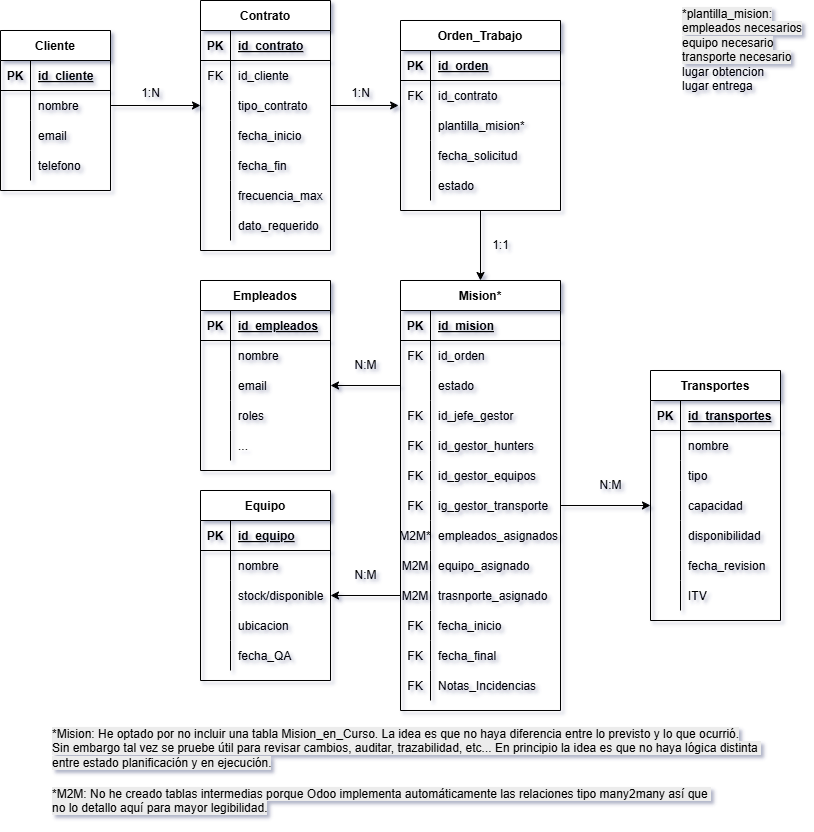
Before: docs/assets/images/er/PFM F4 ER Modulo Malkion Data.png, a diagram exported from draw.io (DavidAlbiGarcia/datamalkion_mod1). Source tidied: cells renumbered, new cells last; positions are measured from the earlier drawing's top-left corner, leaving out a move shared by most shapes.
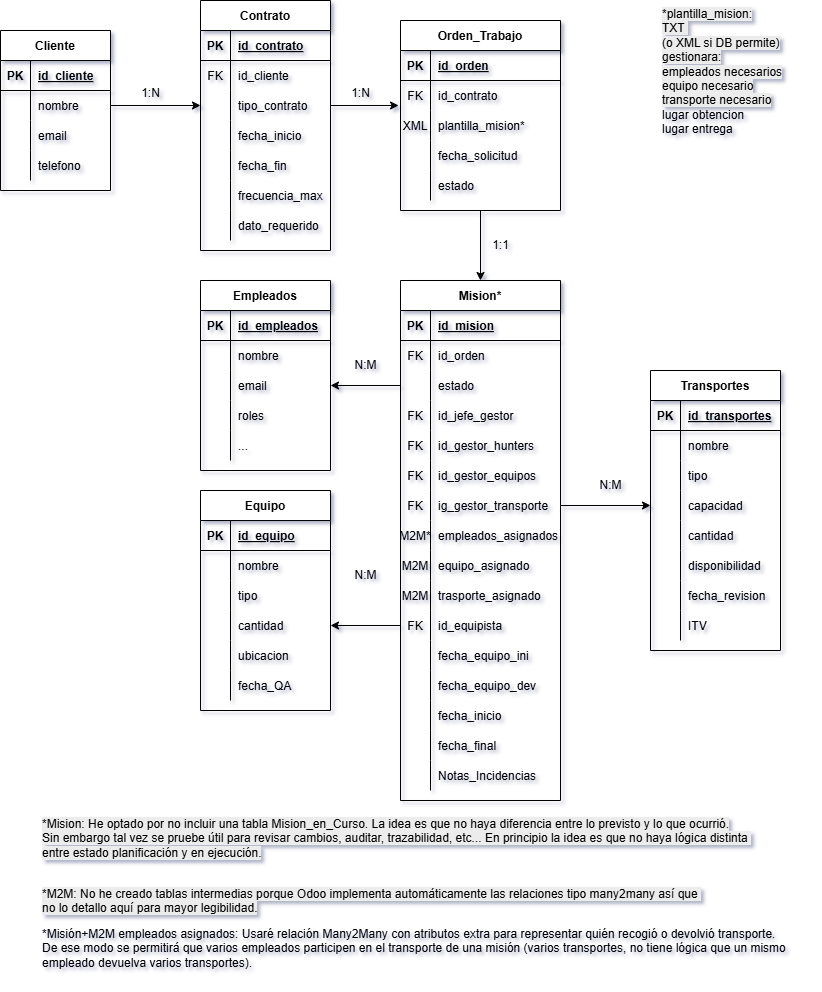
After the commit.

Commit message:
Actualizado index.md e images del modulo

The edit, as a diff of the source:
```diff
@@ -142,3 +142,3 @@
     </mxCell>
-    <mxCell id="48" style="shape=partialRectangle;overflow=hidden;fillColor=none;top=0;left=0;bottom=0;right=0;" parent="47" vertex="1">
+    <mxCell id="48" value="XML" style="shape=partialRectangle;overflow=hidden;fillColor=none;top=0;left=0;bottom=0;right=0;" parent="47" vertex="1">
       <mxGeometry width="30" height="30" as="geometry" />
@@ -170,3 +170,3 @@
     <mxCell id="57" value="Mision*" style="shape=table;startSize=30;rowLines=0;fontStyle=1;align=center;" parent="1" vertex="1">
-      <mxGeometry x="400" y="280" width="160" height="430" as="geometry" />
+      <mxGeometry x="400" y="280" width="160" height="520" as="geometry" />
     </mxCell>
@@ -259,9 +259,36 @@
     </mxCell>
-    <mxCell id="87" value="trasnporte_asignado" style="shape=partialRectangle;overflow=hidden;fillColor=none;top=0;left=0;bottom=0;right=0;align=left;spacingLeft=6;" parent="85" vertex="1">
+    <mxCell id="87" value="trasporte_asignado" style="shape=partialRectangle;overflow=hidden;fillColor=none;top=0;left=0;bottom=0;right=0;align=left;spacingLeft=6;" parent="85" vertex="1">
       <mxGeometry x="30" width="130" height="30" as="geometry" />
     </mxCell>
+    <mxCell id="169" style="shape=partialRectangle;fillColor=none;points=[[0,0.5],[1,0.5]];portConstraint=eastwest;top=0;left=0;right=0;bottom=0;" parent="57" vertex="1">
+      <mxGeometry y="330" width="160" height="30" as="geometry" />
+    </mxCell>
+    <mxCell id="170" value="FK" style="shape=partialRectangle;overflow=hidden;fillColor=none;top=0;left=0;bottom=0;right=0;" parent="169" vertex="1">
+      <mxGeometry width="30" height="30" as="geometry" />
+    </mxCell>
+    <mxCell id="171" value="id_equipista" style="shape=partialRectangle;overflow=hidden;fillColor=none;top=0;left=0;bottom=0;right=0;align=left;spacingLeft=6;" parent="169" vertex="1">
+      <mxGeometry x="30" width="130" height="30" as="geometry" />
+    </mxCell>
+    <mxCell id="172" style="shape=partialRectangle;fillColor=none;top=0;left=0;right=0;bottom=0;" parent="57" vertex="1">
+      <mxGeometry y="360" width="160" height="30" as="geometry" />
+    </mxCell>
+    <mxCell id="173" style="shape=partialRectangle;overflow=hidden;fillColor=none;top=0;left=0;bottom=0;right=0;" parent="172" vertex="1">
+      <mxGeometry width="30" height="30" as="geometry" />
+    </mxCell>
+    <mxCell id="174" value="fecha_equipo_ini" style="shape=partialRectangle;overflow=hidden;fillColor=none;top=0;left=0;bottom=0;right=0;align=left;spacingLeft=6;" parent="172" vertex="1">
+      <mxGeometry x="30" width="130" height="30" as="geometry" />
+    </mxCell>
+    <mxCell id="175" style="shape=partialRectangle;fillColor=none;top=0;left=0;right=0;bottom=0;" parent="57" vertex="1">
+      <mxGeometry y="390" width="160" height="30" as="geometry" />
+    </mxCell>
+    <mxCell id="176" style="shape=partialRectangle;overflow=hidden;fillColor=none;top=0;left=0;bottom=0;right=0;" parent="175" vertex="1">
+      <mxGeometry width="30" height="30" as="geometry" />
+    </mxCell>
+    <mxCell id="177" value="fecha_equipo_dev" style="shape=partialRectangle;overflow=hidden;fillColor=none;top=0;left=0;bottom=0;right=0;align=left;spacingLeft=6;" parent="175" vertex="1">
+      <mxGeometry x="30" width="130" height="30" as="geometry" />
+    </mxCell>
     <mxCell id="88" style="shape=partialRectangle;fillColor=none;top=0;left=0;right=0;bottom=0;" parent="57" vertex="1">
-      <mxGeometry y="330" width="160" height="30" as="geometry" />
+      <mxGeometry y="420" width="160" height="30" as="geometry" />
     </mxCell>
-    <mxCell id="89" value="FK" style="shape=partialRectangle;overflow=hidden;fillColor=none;top=0;left=0;bottom=0;right=0;" parent="88" vertex="1">
+    <mxCell id="89" style="shape=partialRectangle;overflow=hidden;fillColor=none;top=0;left=0;bottom=0;right=0;" parent="88" vertex="1">
       <mxGeometry width="30" height="30" as="geometry" />
@@ -272,5 +299,5 @@
     <mxCell id="91" style="shape=partialRectangle;fillColor=none;top=0;left=0;right=0;bottom=0;" parent="57" vertex="1">
-      <mxGeometry y="360" width="160" height="30" as="geometry" />
+      <mxGeometry y="450" width="160" height="30" as="geometry" />
     </mxCell>
-    <mxCell id="92" value="FK" style="shape=partialRectangle;overflow=hidden;fillColor=none;top=0;left=0;bottom=0;right=0;" parent="91" vertex="1">
+    <mxCell id="92" style="shape=partialRectangle;overflow=hidden;fillColor=none;top=0;left=0;bottom=0;right=0;" parent="91" vertex="1">
       <mxGeometry width="30" height="30" as="geometry" />
@@ -281,5 +308,5 @@
     <mxCell id="94" style="shape=partialRectangle;fillColor=none;top=0;left=0;right=0;bottom=0;" parent="57" vertex="1">
-      <mxGeometry y="390" width="160" height="30" as="geometry" />
+      <mxGeometry y="480" width="160" height="30" as="geometry" />
     </mxCell>
-    <mxCell id="95" value="FK" style="shape=partialRectangle;overflow=hidden;fillColor=none;top=0;left=0;bottom=0;right=0;" parent="94" vertex="1">
+    <mxCell id="95" style="shape=partialRectangle;overflow=hidden;fillColor=none;top=0;left=0;bottom=0;right=0;" parent="94" vertex="1">
       <mxGeometry width="30" height="30" as="geometry" />
@@ -344,3 +371,3 @@
     <mxCell id="115" value="Transportes" style="shape=table;startSize=30;rowLines=0;fontStyle=1;align=center;" parent="1" vertex="1">
-      <mxGeometry x="650" y="370" width="130" height="250" as="geometry" />
+      <mxGeometry x="650" y="370" width="130" height="280" as="geometry" />
     </mxCell>
@@ -382,4 +409,13 @@
     </mxCell>
+    <mxCell id="178" style="shape=partialRectangle;fillColor=none;top=0;left=0;right=0;bottom=0;" parent="115" vertex="1">
+      <mxGeometry y="150" width="130" height="30" as="geometry" />
+    </mxCell>
+    <mxCell id="179" style="shape=partialRectangle;overflow=hidden;fillColor=none;top=0;left=0;bottom=0;right=0;" parent="178" vertex="1">
+      <mxGeometry width="30" height="30" as="geometry" />
+    </mxCell>
+    <mxCell id="180" value="cantidad" style="shape=partialRectangle;overflow=hidden;fillColor=none;top=0;left=0;bottom=0;right=0;align=left;spacingLeft=6;" parent="178" vertex="1">
+      <mxGeometry x="30" width="100" height="30" as="geometry" />
+    </mxCell>
     <mxCell id="128" style="shape=partialRectangle;fillColor=none;top=0;left=0;right=0;bottom=0;" parent="115" vertex="1">
-      <mxGeometry y="150" width="130" height="30" as="geometry" />
+      <mxGeometry y="180" width="130" height="30" as="geometry" />
     </mxCell>
@@ -392,3 +428,3 @@
     <mxCell id="131" style="shape=partialRectangle;fillColor=none;top=0;left=0;right=0;bottom=0;" parent="115" vertex="1">
-      <mxGeometry y="180" width="130" height="30" as="geometry" />
+      <mxGeometry y="210" width="130" height="30" as="geometry" />
     </mxCell>
@@ -401,3 +437,3 @@
     <mxCell id="134" style="shape=partialRectangle;fillColor=none;top=0;left=0;right=0;bottom=0;" parent="115" vertex="1">
-      <mxGeometry y="210" width="130" height="30" as="geometry" />
+      <mxGeometry y="240" width="130" height="30" as="geometry" />
     </mxCell>
@@ -413,3 +449,3 @@
     <mxCell id="138" value="Equipo" style="shape=table;startSize=30;rowLines=0;fontStyle=1;align=center;" parent="1" vertex="1">
-      <mxGeometry x="200" y="490" width="130" height="190" as="geometry" />
+      <mxGeometry x="200" y="490" width="130" height="220" as="geometry" />
     </mxCell>
@@ -439,7 +475,16 @@
     </mxCell>
-    <mxCell id="147" value="stock/disponible" style="shape=partialRectangle;overflow=hidden;fillColor=none;top=0;left=0;bottom=0;right=0;align=left;spacingLeft=6;" parent="145" vertex="1">
+    <mxCell id="147" value="tipo" style="shape=partialRectangle;overflow=hidden;fillColor=none;top=0;left=0;bottom=0;right=0;align=left;spacingLeft=6;" parent="145" vertex="1">
       <mxGeometry x="30" width="100" height="30" as="geometry" />
     </mxCell>
+    <mxCell id="181" style="shape=partialRectangle;fillColor=none;points=[[0,0.5],[1,0.5]];portConstraint=eastwest;top=0;left=0;right=0;bottom=0;" parent="138" vertex="1">
+      <mxGeometry y="120" width="130" height="30" as="geometry" />
+    </mxCell>
+    <mxCell id="182" style="shape=partialRectangle;overflow=hidden;fillColor=none;top=0;left=0;bottom=0;right=0;" parent="181" vertex="1">
+      <mxGeometry width="30" height="30" as="geometry" />
+    </mxCell>
+    <mxCell id="183" value="cantidad" style="shape=partialRectangle;overflow=hidden;fillColor=none;top=0;left=0;bottom=0;right=0;align=left;spacingLeft=6;" parent="181" vertex="1">
+      <mxGeometry x="30" width="100" height="30" as="geometry" />
+    </mxCell>
     <mxCell id="148" style="shape=partialRectangle;fillColor=none;top=0;left=0;right=0;bottom=0;" parent="138" vertex="1">
-      <mxGeometry y="120" width="130" height="30" as="geometry" />
+      <mxGeometry y="150" width="130" height="30" as="geometry" />
     </mxCell>
@@ -452,3 +497,3 @@
     <mxCell id="151" style="shape=partialRectangle;fillColor=none;top=0;left=0;right=0;bottom=0;" parent="138" vertex="1">
-      <mxGeometry y="150" width="130" height="30" as="geometry" />
+      <mxGeometry y="180" width="130" height="30" as="geometry" />
     </mxCell>
@@ -463,10 +508,10 @@
     </mxCell>
-    <mxCell id="155" value="&lt;span style=&quot;color: rgb(0, 0, 0); font-family: Helvetica; font-size: 12px; font-style: normal; font-variant-ligatures: normal; font-variant-caps: normal; font-weight: 400; letter-spacing: normal; orphans: 2; text-align: left; text-indent: 0px; text-transform: none; widows: 2; word-spacing: 0px; -webkit-text-stroke-width: 0px; white-space: nowrap; background-color: rgb(236, 236, 236); text-decoration-thickness: initial; text-decoration-style: initial; text-decoration-color: initial; float: none; display: inline !important;&quot;&gt;*plantilla_mision:&lt;br&gt;empleados necesarios&lt;/span&gt;&lt;div&gt;&lt;span style=&quot;color: rgb(0, 0, 0); font-family: Helvetica; font-size: 12px; font-style: normal; font-variant-ligatures: normal; font-variant-caps: normal; font-weight: 400; letter-spacing: normal; orphans: 2; text-align: left; text-indent: 0px; text-transform: none; widows: 2; word-spacing: 0px; -webkit-text-stroke-width: 0px; white-space: nowrap; background-color: rgb(236, 236, 236); text-decoration-thickness: initial; text-decoration-style: initial; text-decoration-color: initial; float: none; display: inline !important;&quot;&gt;equipo necesario&lt;/span&gt;&lt;/div&gt;&lt;div&gt;&lt;span style=&quot;color: rgb(0, 0, 0); font-family: Helvetica; font-size: 12px; font-style: normal; font-variant-ligatures: normal; font-variant-caps: normal; font-weight: 400; letter-spacing: normal; orphans: 2; text-align: left; text-indent: 0px; text-transform: none; widows: 2; word-spacing: 0px; -webkit-text-stroke-width: 0px; white-space: nowrap; background-color: rgb(236, 236, 236); text-decoration-thickness: initial; text-decoration-style: initial; text-decoration-color: initial; float: none; display: inline !important;&quot;&gt;transporte necesario&lt;/span&gt;&lt;/div&gt;&lt;div&gt;&lt;span style=&quot;text-wrap-mode: nowrap;&quot;&gt;lugar obtencion&lt;/span&gt;&lt;/div&gt;&lt;div&gt;&lt;span style=&quot;text-wrap-mode: nowrap;&quot;&gt;lugar entrega&lt;/span&gt;&lt;/div&gt;&lt;div&gt;&lt;span style=&quot;color: rgb(0, 0, 0); font-family: Helvetica; font-size: 12px; font-style: normal; font-variant-ligatures: normal; font-variant-caps: normal; font-weight: 400; letter-spacing: normal; orphans: 2; text-align: left; text-indent: 0px; text-transform: none; widows: 2; word-spacing: 0px; -webkit-text-stroke-width: 0px; white-space: nowrap; background-color: rgb(236, 236, 236); text-decoration-thickness: initial; text-decoration-style: initial; text-decoration-color: initial; float: none; display: inline !important;&quot;&gt;&lt;br&gt;&lt;/span&gt;&lt;/div&gt;" style="text;whiteSpace=wrap;html=1;" parent="1" vertex="1">
-      <mxGeometry x="680" width="120" height="120" as="geometry" />
+    <mxCell id="155" value="&lt;span style=&quot;color: rgb(0, 0, 0); font-family: Helvetica; font-size: 12px; font-style: normal; font-variant-ligatures: normal; font-variant-caps: normal; font-weight: 400; letter-spacing: normal; orphans: 2; text-align: left; text-indent: 0px; text-transform: none; widows: 2; word-spacing: 0px; -webkit-text-stroke-width: 0px; white-space: nowrap; background-color: rgb(236, 236, 236); text-decoration-thickness: initial; text-decoration-style: initial; text-decoration-color: initial; float: none; display: inline !important;&quot;&gt;*plantilla_mision:&lt;/span&gt;&lt;div&gt;&lt;span style=&quot;color: rgb(0, 0, 0); font-family: Helvetica; font-size: 12px; font-style: normal; font-variant-ligatures: normal; font-variant-caps: normal; font-weight: 400; letter-spacing: normal; orphans: 2; text-align: left; text-indent: 0px; text-transform: none; widows: 2; word-spacing: 0px; -webkit-text-stroke-width: 0px; white-space: nowrap; background-color: rgb(236, 236, 236); text-decoration-thickness: initial; text-decoration-style: initial; text-decoration-color: initial; float: none; display: inline !important;&quot;&gt;TXT&amp;nbsp;&lt;/span&gt;&lt;/div&gt;&lt;div&gt;&lt;span style=&quot;color: rgb(0, 0, 0); font-family: Helvetica; font-size: 12px; font-style: normal; font-variant-ligatures: normal; font-variant-caps: normal; font-weight: 400; letter-spacing: normal; orphans: 2; text-align: left; text-indent: 0px; text-transform: none; widows: 2; word-spacing: 0px; -webkit-text-stroke-width: 0px; white-space: nowrap; background-color: rgb(236, 236, 236); text-decoration-thickness: initial; text-decoration-style: initial; text-decoration-color: initial; float: none; display: inline !important;&quot;&gt;(o XML si DB permite)&lt;br&gt;gestionara:&lt;/span&gt;&lt;/div&gt;&lt;div&gt;&lt;span style=&quot;color: rgb(0, 0, 0); font-family: Helvetica; font-size: 12px; font-style: normal; font-variant-ligatures: normal; font-variant-caps: normal; font-weight: 400; letter-spacing: normal; orphans: 2; text-align: left; text-indent: 0px; text-transform: none; widows: 2; word-spacing: 0px; -webkit-text-stroke-width: 0px; white-space: nowrap; background-color: rgb(236, 236, 236); text-decoration-thickness: initial; text-decoration-style: initial; text-decoration-color: initial; float: none; display: inline !important;&quot;&gt;empleados necesarios&lt;/span&gt;&lt;div&gt;&lt;span style=&quot;color: rgb(0, 0, 0); font-family: Helvetica; font-size: 12px; font-style: normal; font-variant-ligatures: normal; font-variant-caps: normal; font-weight: 400; letter-spacing: normal; orphans: 2; text-align: left; text-indent: 0px; text-transform: none; widows: 2; word-spacing: 0px; -webkit-text-stroke-width: 0px; white-space: nowrap; background-color: rgb(236, 236, 236); text-decoration-thickness: initial; text-decoration-style: initial; text-decoration-color: initial; float: none; display: inline !important;&quot;&gt;equipo necesario&lt;/span&gt;&lt;/div&gt;&lt;div&gt;&lt;span style=&quot;color: rgb(0, 0, 0); font-family: Helvetica; font-size: 12px; font-style: normal; font-variant-ligatures: normal; font-variant-caps: normal; font-weight: 400; letter-spacing: normal; orphans: 2; text-align: left; text-indent: 0px; text-transform: none; widows: 2; word-spacing: 0px; -webkit-text-stroke-width: 0px; white-space: nowrap; background-color: rgb(236, 236, 236); text-decoration-thickness: initial; text-decoration-style: initial; text-decoration-color: initial; float: none; display: inline !important;&quot;&gt;transporte necesario&lt;/span&gt;&lt;/div&gt;&lt;div&gt;&lt;span style=&quot;text-wrap-mode: nowrap;&quot;&gt;lugar obtencion&lt;/span&gt;&lt;/div&gt;&lt;div&gt;&lt;span style=&quot;text-wrap-mode: nowrap;&quot;&gt;lugar entrega&lt;/span&gt;&lt;/div&gt;&lt;div&gt;&lt;span style=&quot;color: rgb(0, 0, 0); font-family: Helvetica; font-size: 12px; font-style: normal; font-variant-ligatures: normal; font-variant-caps: normal; font-weight: 400; letter-spacing: normal; orphans: 2; text-align: left; text-indent: 0px; text-transform: none; widows: 2; word-spacing: 0px; -webkit-text-stroke-width: 0px; white-space: nowrap; background-color: rgb(236, 236, 236); text-decoration-thickness: initial; text-decoration-style: initial; text-decoration-color: initial; float: none; display: inline !important;&quot;&gt;&lt;br&gt;&lt;/span&gt;&lt;/div&gt;&lt;/div&gt;" style="text;whiteSpace=wrap;html=1;" parent="1" vertex="1">
+      <mxGeometry x="660" width="120" height="120" as="geometry" />
     </mxCell>
     <mxCell id="156" value="&lt;span style=&quot;color: rgb(0, 0, 0); font-family: Helvetica; font-size: 12px; font-style: normal; font-variant-ligatures: normal; font-variant-caps: normal; font-weight: 400; letter-spacing: normal; orphans: 2; text-align: center; text-indent: 0px; text-transform: none; widows: 2; word-spacing: 0px; -webkit-text-stroke-width: 0px; white-space: nowrap; background-color: rgb(236, 236, 236); text-decoration-thickness: initial; text-decoration-style: initial; text-decoration-color: initial; float: none; display: inline !important;&quot;&gt;*M2M: No he creado tablas intermedias porque Odoo implementa automáticamente las relaciones tipo many2many&amp;nbsp;&lt;/span&gt;&lt;span style=&quot;background-color: light-dark(rgb(236, 236, 236), rgb(34, 34, 34)); color: light-dark(rgb(0, 0, 0), rgb(237, 237, 237)); text-align: center; text-wrap-mode: nowrap;&quot;&gt;así que&amp;nbsp;&lt;/span&gt;&lt;div&gt;&lt;span style=&quot;background-color: light-dark(rgb(236, 236, 236), rgb(34, 34, 34)); color: light-dark(rgb(0, 0, 0), rgb(237, 237, 237)); text-align: center; text-wrap-mode: nowrap;&quot;&gt;no lo detallo aquí para mayor legibilidad.&lt;/span&gt;&lt;/div&gt;" style="text;whiteSpace=wrap;html=1;" parent="1" vertex="1">
-      <mxGeometry x="50" y="780" width="730" height="40" as="geometry" />
+      <mxGeometry x="40" y="880" width="730" height="40" as="geometry" />
     </mxCell>
     <mxCell id="157" value="&lt;span style=&quot;color: rgb(0, 0, 0); font-family: Helvetica; font-size: 12px; font-style: normal; font-variant-ligatures: normal; font-variant-caps: normal; font-weight: 400; letter-spacing: normal; orphans: 2; text-align: center; text-indent: 0px; text-transform: none; widows: 2; word-spacing: 0px; -webkit-text-stroke-width: 0px; white-space: nowrap; background-color: rgb(236, 236, 236); text-decoration-thickness: initial; text-decoration-style: initial; text-decoration-color: initial; float: none; display: inline !important;&quot;&gt;*Mision: He optado por no incluir una tabla Mision_en_Curso. La idea es que no haya diferencia entre lo previsto y lo que ocurrió.&lt;/span&gt;&lt;div&gt;&lt;span style=&quot;color: rgb(0, 0, 0); font-family: Helvetica; font-size: 12px; font-style: normal; font-variant-ligatures: normal; font-variant-caps: normal; font-weight: 400; letter-spacing: normal; orphans: 2; text-align: center; text-indent: 0px; text-transform: none; widows: 2; word-spacing: 0px; -webkit-text-stroke-width: 0px; white-space: nowrap; background-color: rgb(236, 236, 236); text-decoration-thickness: initial; text-decoration-style: initial; text-decoration-color: initial; float: none; display: inline !important;&quot;&gt;Sin embargo tal vez se pruebe útil para revisar cambios, auditar, trazabilidad, etc... En principio la idea es que no haya lógica distinta&amp;nbsp;&lt;/span&gt;&lt;/div&gt;&lt;div&gt;&lt;span style=&quot;color: rgb(0, 0, 0); font-family: Helvetica; font-size: 12px; font-style: normal; font-variant-ligatures: normal; font-variant-caps: normal; font-weight: 400; letter-spacing: normal; orphans: 2; text-align: center; text-indent: 0px; text-transform: none; widows: 2; word-spacing: 0px; -webkit-text-stroke-width: 0px; white-space: nowrap; background-color: rgb(236, 236, 236); text-decoration-thickness: initial; text-decoration-style: initial; text-decoration-color: initial; float: none; display: inline !important;&quot;&gt;entre estado planificación y en ejecución.&lt;/span&gt;&lt;/div&gt;" style="text;whiteSpace=wrap;html=1;" parent="1" vertex="1">
-      <mxGeometry x="50" y="720" width="710" height="50" as="geometry" />
+      <mxGeometry x="40" y="810" width="710" height="50" as="geometry" />
     </mxCell>
@@ -481,5 +526,2 @@
     </mxCell>
-    <mxCell id="161" style="edgeStyle=orthogonalEdgeStyle;rounded=0;jettySize=auto;html=1;exitX=0;exitY=0.5;exitDx=0;exitDy=0;entryX=1;entryY=0.5;entryDx=0;entryDy=0;" parent="1" edge="1" source="85" target="145">
-      <mxGeometry relative="1" as="geometry" />
-    </mxCell>
     <mxCell id="162" style="edgeStyle=orthogonalEdgeStyle;rounded=0;jettySize=auto;html=1;exitX=1;exitY=0.5;exitDx=0;exitDy=0;entryX=0;entryY=0.5;entryDx=0;entryDy=0;" parent="1" edge="1" source="76" target="125">
@@ -505,2 +547,8 @@
     </mxCell>
+    <mxCell id="184" value="*Misión+M2M empleados asignados: Usaré relación Many2Many con atributos extra para representar quién recogió o devolvió transporte.&amp;nbsp;&lt;div&gt;De ese modo se permitirá que varios empleados participen en el transporte de una misión (varios transportes, no tiene lógica que un mismo&lt;/div&gt;&lt;div&gt;empleado devuelva varios transportes).&lt;/div&gt;" style="text;html=1;align=left;verticalAlign=top;strokeColor=none;fillColor=none;" parent="1" vertex="1">
+      <mxGeometry x="40" y="920" width="770" height="60" as="geometry" />
+    </mxCell>
+    <mxCell id="185" style="edgeStyle=orthogonalEdgeStyle;rounded=0;jettySize=auto;html=1;exitX=0;exitY=0.5;exitDx=0;exitDy=0;entryX=1;entryY=0.5;entryDx=0;entryDy=0;" parent="1" edge="1" source="169" target="181">
+      <mxGeometry relative="1" as="geometry" />
+    </mxCell>
   </root>
```
